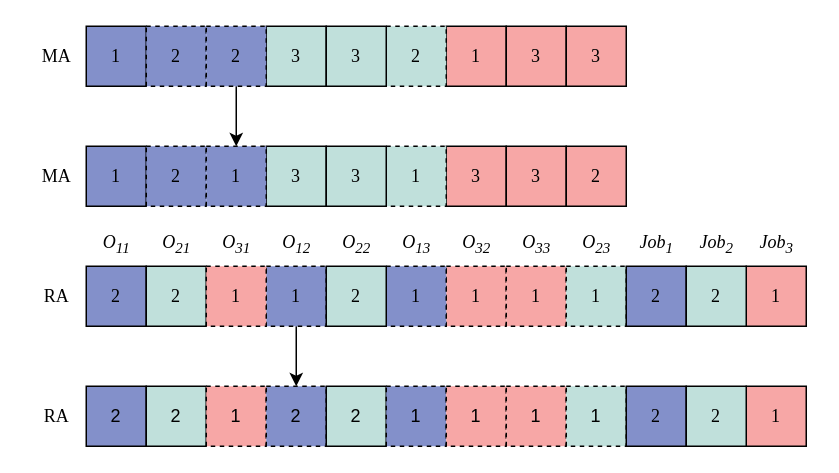
The draw.io diagram mutation.drawio in aslongaslihappy/algorithm, before the edit. Source tidied: cells renumbered, new cells numbered last; positions are measured from the earlier drawing's top-left corner, leaving out a move shared by most shapes. Both pictures are drawn from the tidied source at 150%, with x=0, y=0 at pixel (26, 26).
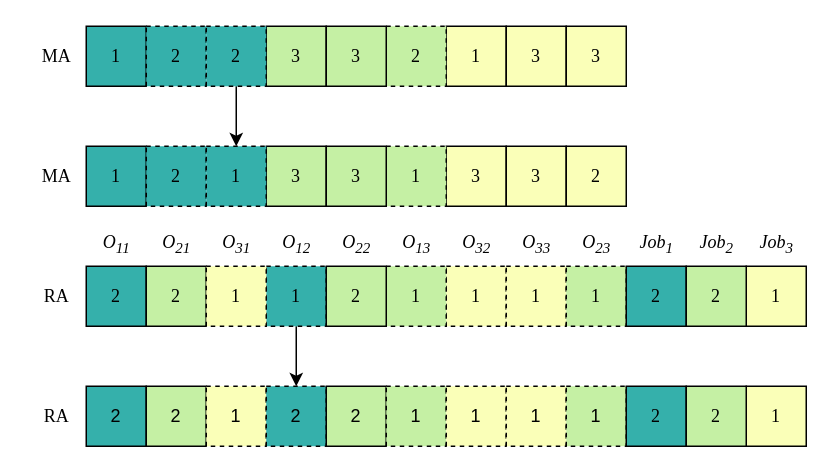
The same diagram, later.

Diff of the diagram source:
```diff
@@
-    <mxCell id="18" value="1" style="whiteSpace=wrap;html=1;fillColor=#8390CA;strokeColor=light-dark(#000000,#446E2C);strokeWidth=1;fontFamily=Times New Roman;" parent="1" vertex="1">
+    <mxCell id="18" value="1" style="whiteSpace=wrap;html=1;fillColor=#35B0AB;strokeColor=default;strokeWidth=1;fontFamily=Times New Roman;" parent="1" vertex="1">
       <mxGeometry x="40" width="40" height="40" as="geometry" />
     </mxCell>
-    <mxCell id="19" value="2" style="whiteSpace=wrap;html=1;fillColor=#8390CA;strokeColor=light-dark(#000000,#446E2C);strokeWidth=1;fontFamily=Times New Roman;shadow=0;fillStyle=auto;gradientColor=none;rounded=0;dashed=1;" parent="1" vertex="1">
+    <mxCell id="19" value="2" style="whiteSpace=wrap;html=1;fillColor=#35B0AB;strokeColor=default;strokeWidth=1;fontFamily=Times New Roman;shadow=0;fillStyle=auto;gradientColor=none;rounded=0;dashed=1;" parent="1" vertex="1">
       <mxGeometry x="80" width="40" height="40" as="geometry" />
     </mxCell>
-    <mxCell id="20" value="3" style="whiteSpace=wrap;html=1;fillColor=#C0E0DB;strokeColor=light-dark(#000000,#446E2C);strokeWidth=1;fontFamily=Times New Roman;" parent="1" vertex="1">
+    <mxCell id="20" value="3" style="whiteSpace=wrap;html=1;fillColor=#C5F0A4;strokeColor=light-dark(#000000,#446E2C);strokeWidth=1;fontFamily=Times New Roman;" parent="1" vertex="1">
       <mxGeometry x="160" width="40" height="40" as="geometry" />
     </mxCell>
-    <mxCell id="21" style="edgeStyle=orthogonalEdgeStyle;rounded=0;jettySize=auto;html=1;exitX=0.5;exitY=1;exitDx=0;exitDy=0;entryX=0.5;entryY=0;entryDx=0;entryDy=0;" parent="1" edge="1" source="22" target="50">
+    <mxCell id="21" style="edgeStyle=orthogonalEdgeStyle;rounded=0;jettySize=auto;html=1;exitX=0.5;exitY=1;exitDx=0;exitDy=0;entryX=0.5;entryY=0;entryDx=0;entryDy=0;strokeColor=default;" parent="1" edge="1" source="22" target="50">
       <mxGeometry relative="1" as="geometry" />
     </mxCell>
-    <mxCell id="22" value="2" style="whiteSpace=wrap;html=1;fillColor=#8390CA;strokeColor=light-dark(#000000,#446E2C);strokeWidth=1;fontFamily=Times New Roman;shadow=0;fillStyle=auto;dashed=1;gradientColor=none;" parent="1" vertex="1">
+    <mxCell id="22" value="2" style="whiteSpace=wrap;html=1;fillColor=#35B0AB;strokeColor=default;strokeWidth=1;fontFamily=Times New Roman;shadow=0;fillStyle=auto;dashed=1;gradientColor=none;" parent="1" vertex="1">
       <mxGeometry x="120" width="40" height="40" as="geometry" />
     </mxCell>
-    <mxCell id="23" value="1" style="whiteSpace=wrap;html=1;fillColor=#F7A7A6;strokeColor=light-dark(#000000,#446E2C);strokeWidth=1;fontFamily=Times New Roman;" parent="1" vertex="1">
+    <mxCell id="23" value="1" style="whiteSpace=wrap;html=1;fillColor=#FAFFB8;strokeColor=light-dark(#000000,#446E2C);strokeWidth=1;fontFamily=Times New Roman;" parent="1" vertex="1">
       <mxGeometry x="280" width="40" height="40" as="geometry" />
     </mxCell>
-    <mxCell id="24" value="2" style="whiteSpace=wrap;html=1;fillColor=#C0E0DB;strokeColor=light-dark(#000000,#446E2C);strokeWidth=1;fontFamily=Times New Roman;dashed=1;" parent="1" vertex="1">
+    <mxCell id="24" value="2" style="whiteSpace=wrap;html=1;fillColor=#C5F0A4;strokeColor=light-dark(#000000,#446E2C);strokeWidth=1;fontFamily=Times New Roman;dashed=1;" parent="1" vertex="1">
       <mxGeometry x="240" width="40" height="40" as="geometry" />
     </mxCell>
-    <mxCell id="25" value="3" style="whiteSpace=wrap;html=1;fillColor=#C0E0DB;strokeColor=light-dark(#000000,#446E2C);strokeWidth=1;fontFamily=Times New Roman;" parent="1" vertex="1">
+    <mxCell id="25" value="3" style="whiteSpace=wrap;html=1;fillColor=#C5F0A4;strokeColor=light-dark(#000000,#446E2C);strokeWidth=1;fontFamily=Times New Roman;" parent="1" vertex="1">
       <mxGeometry x="200" width="40" height="40" as="geometry" />
     </mxCell>
-    <mxCell id="26" value="3" style="whiteSpace=wrap;html=1;fillColor=#F7A7A6;strokeColor=light-dark(#000000,#446E2C);strokeWidth=1;fontFamily=Times New Roman;" parent="1" vertex="1">
+    <mxCell id="26" value="3" style="whiteSpace=wrap;html=1;fillColor=#FAFFB8;strokeColor=light-dark(#000000,#446E2C);strokeWidth=1;fontFamily=Times New Roman;" parent="1" vertex="1">
       <mxGeometry x="320" width="40" height="40" as="geometry" />
     </mxCell>
-    <mxCell id="27" value="3" style="whiteSpace=wrap;html=1;fillColor=#F7A7A6;strokeColor=light-dark(#000000,#446E2C);strokeWidth=1;fontFamily=Times New Roman;fillStyle=auto;shadow=0;glass=0;rounded=0;imageAspect=1;absoluteArcSize=0;noLabel=0;fixDash=0;enumerate=0;" parent="1" vertex="1">
+    <mxCell id="27" value="3" style="whiteSpace=wrap;html=1;fillColor=#FAFFB8;strokeColor=light-dark(#000000,#446E2C);strokeWidth=1;fontFamily=Times New Roman;fillStyle=auto;shadow=0;glass=0;rounded=0;imageAspect=1;absoluteArcSize=0;noLabel=0;fixDash=0;enumerate=0;" parent="1" vertex="1">
       <mxGeometry x="360" width="40" height="40" as="geometry" />
     </mxCell>
-    <mxCell id="28" value="2" style="whiteSpace=wrap;html=1;fillColor=#8390CA;strokeColor=light-dark(#000000,#446E2C);strokeWidth=1;fontFamily=Times New Roman;shadow=0;glass=0;rounded=0;gradientColor=none;gradientDirection=radial;" parent="1" vertex="1">
+    <mxCell id="28" value="2" style="whiteSpace=wrap;html=1;fillColor=#35B0AB;strokeColor=light-dark(#000000,#446E2C);strokeWidth=1;fontFamily=Times New Roman;shadow=0;glass=0;rounded=0;gradientColor=none;gradientDirection=radial;" parent="1" vertex="1">
       <mxGeometry x="40" y="160" width="40" height="40" as="geometry" />
     </mxCell>
-    <mxCell id="29" value="2" style="whiteSpace=wrap;html=1;fillColor=#C0E0DB;strokeColor=light-dark(#000000,#446E2C);strokeWidth=1;fontFamily=Times New Roman;" parent="1" vertex="1">
+    <mxCell id="29" value="2" style="whiteSpace=wrap;html=1;fillColor=#C5F0A4;strokeColor=light-dark(#000000,#446E2C);strokeWidth=1;fontFamily=Times New Roman;" parent="1" vertex="1">
       <mxGeometry x="80" y="160" width="40" height="40" as="geometry" />
     </mxCell>
@@
-    <mxCell id="31" value="1" style="whiteSpace=wrap;html=1;fillColor=#8390CA;strokeColor=light-dark(#000000,#446E2C);strokeWidth=1;fontFamily=Times New Roman;dashed=1;" parent="1" vertex="1">
+    <mxCell id="31" value="1" style="whiteSpace=wrap;html=1;fillColor=#35B0AB;strokeColor=light-dark(#000000,#446E2C);strokeWidth=1;fontFamily=Times New Roman;dashed=1;" parent="1" vertex="1">
       <mxGeometry x="160" y="160" width="40" height="40" as="geometry" />
     </mxCell>
-    <mxCell id="32" value="1" style="whiteSpace=wrap;html=1;fillColor=#F7A7A6;strokeColor=light-dark(#000000,#446E2C);strokeWidth=1;fontFamily=Times New Roman;dashed=1;" parent="1" vertex="1">
+    <mxCell id="32" value="1" style="whiteSpace=wrap;html=1;fillColor=#FAFFB8;strokeColor=light-dark(#000000,#446E2C);strokeWidth=1;fontFamily=Times New Roman;dashed=1;" parent="1" vertex="1">
       <mxGeometry x="120" y="160" width="40" height="40" as="geometry" />
     </mxCell>
-    <mxCell id="33" value="1" style="whiteSpace=wrap;html=1;fillColor=#F7A7A6;strokeColor=light-dark(#000000,#446E2C);strokeWidth=1;fontFamily=Times New Roman;dashed=1;" parent="1" vertex="1">
+    <mxCell id="33" value="1" style="whiteSpace=wrap;html=1;fillColor=#FAFFB8;strokeColor=light-dark(#000000,#446E2C);strokeWidth=1;fontFamily=Times New Roman;dashed=1;" parent="1" vertex="1">
       <mxGeometry x="280" y="160" width="40" height="40" as="geometry" />
     </mxCell>
-    <mxCell id="34" value="1" style="whiteSpace=wrap;html=1;fillColor=#8390CA;strokeColor=light-dark(#000000,#446E2C);strokeWidth=1;fontFamily=Times New Roman;dashed=1;" parent="1" vertex="1">
+    <mxCell id="34" value="1" style="whiteSpace=wrap;html=1;fillColor=#C5F0A4;strokeColor=light-dark(#000000,#446E2C);strokeWidth=1;fontFamily=Times New Roman;dashed=1;" parent="1" vertex="1">
       <mxGeometry x="240" y="160" width="40" height="40" as="geometry" />
     </mxCell>
-    <mxCell id="35" value="2" style="whiteSpace=wrap;html=1;fillColor=#C0E0DB;strokeColor=light-dark(#000000,#446E2C);strokeWidth=1;fontFamily=Times New Roman;" parent="1" vertex="1">
+    <mxCell id="35" value="2" style="whiteSpace=wrap;html=1;fillColor=#C5F0A4;strokeColor=light-dark(#000000,#446E2C);strokeWidth=1;fontFamily=Times New Roman;" parent="1" vertex="1">
       <mxGeometry x="200" y="160" width="40" height="40" as="geometry" />
     </mxCell>
-    <mxCell id="36" value="1" style="whiteSpace=wrap;html=1;fillColor=#F7A7A6;strokeColor=light-dark(#000000,#446E2C);strokeWidth=1;fontFamily=Times New Roman;dashed=1;" parent="1" vertex="1">
+    <mxCell id="36" value="1" style="whiteSpace=wrap;html=1;fillColor=#FAFFB8;strokeColor=light-dark(#000000,#446E2C);strokeWidth=1;fontFamily=Times New Roman;dashed=1;" parent="1" vertex="1">
       <mxGeometry x="320" y="160" width="40" height="40" as="geometry" />
     </mxCell>
-    <mxCell id="37" value="1" style="whiteSpace=wrap;html=1;fillColor=#C0E0DB;strokeColor=light-dark(#000000,#446E2C);strokeWidth=1;fontFamily=Times New Roman;dashed=1;" parent="1" vertex="1">
+    <mxCell id="37" value="1" style="whiteSpace=wrap;html=1;fillColor=#C5F0A4;strokeColor=light-dark(#000000,#446E2C);strokeWidth=1;fontFamily=Times New Roman;dashed=1;" parent="1" vertex="1">
       <mxGeometry x="360" y="160" width="40" height="40" as="geometry" />
     </mxCell>
-    <mxCell id="38" value="2" style="whiteSpace=wrap;html=1;fillColor=#8390CA;" parent="1" vertex="1">
+    <mxCell id="38" value="2" style="whiteSpace=wrap;html=1;fillColor=#35B0AB;" parent="1" vertex="1">
       <mxGeometry x="40" y="240" width="40" height="40" as="geometry" />
     </mxCell>
-    <mxCell id="39" value="2" style="whiteSpace=wrap;html=1;fillColor=#C0E0DB;" parent="1" vertex="1">
+    <mxCell id="39" value="2" style="whiteSpace=wrap;html=1;fillColor=#C5F0A4;" parent="1" vertex="1">
       <mxGeometry x="80" y="240" width="40" height="40" as="geometry" />
     </mxCell>
-    <mxCell id="40" value="1" style="whiteSpace=wrap;html=1;fillColor=#F7A7A6;dashed=1;" parent="1" vertex="1">
+    <mxCell id="40" value="1" style="whiteSpace=wrap;html=1;fillColor=#FAFFB8;dashed=1;" parent="1" vertex="1">
       <mxGeometry x="120" y="240" width="40" height="40" as="geometry" />
     </mxCell>
-    <mxCell id="41" value="2" style="whiteSpace=wrap;html=1;fillColor=#8390CA;dashed=1;" parent="1" vertex="1">
+    <mxCell id="41" value="2" style="whiteSpace=wrap;html=1;fillColor=#35B0AB;dashed=1;" parent="1" vertex="1">
       <mxGeometry x="160" y="240" width="40" height="40" as="geometry" />
     </mxCell>
-    <mxCell id="42" value="2" style="whiteSpace=wrap;html=1;fillColor=#C0E0DB;" parent="1" vertex="1">
+    <mxCell id="42" value="2" style="whiteSpace=wrap;html=1;fillColor=#C5F0A4;" parent="1" vertex="1">
       <mxGeometry x="200" y="240" width="40" height="40" as="geometry" />
     </mxCell>
-    <mxCell id="43" value="1" style="whiteSpace=wrap;html=1;fillColor=#8390CA;dashed=1;" parent="1" vertex="1">
+    <mxCell id="43" value="1" style="whiteSpace=wrap;html=1;fillColor=#C5F0A4;dashed=1;" parent="1" vertex="1">
       <mxGeometry x="240" y="240" width="40" height="40" as="geometry" />
     </mxCell>
-    <mxCell id="44" value="1" style="whiteSpace=wrap;html=1;fillColor=#F7A7A6;dashed=1;" parent="1" vertex="1">
+    <mxCell id="44" value="1" style="whiteSpace=wrap;html=1;fillColor=#FAFFB8;dashed=1;" parent="1" vertex="1">
       <mxGeometry x="280" y="240" width="40" height="40" as="geometry" />
     </mxCell>
-    <mxCell id="45" value="1" style="whiteSpace=wrap;html=1;fillColor=#F7A7A6;dashed=1;" parent="1" vertex="1">
+    <mxCell id="45" value="1" style="whiteSpace=wrap;html=1;fillColor=#FAFFB8;dashed=1;" parent="1" vertex="1">
       <mxGeometry x="320" y="240" width="40" height="40" as="geometry" />
     </mxCell>
-    <mxCell id="46" value="1" style="whiteSpace=wrap;html=1;fillColor=#C0E0DB;dashed=1;" parent="1" vertex="1">
+    <mxCell id="46" value="1" style="whiteSpace=wrap;html=1;fillColor=#C5F0A4;dashed=1;" parent="1" vertex="1">
       <mxGeometry x="360" y="240" width="40" height="40" as="geometry" />
     </mxCell>
-    <mxCell id="47" value="1" style="whiteSpace=wrap;html=1;fillColor=#8390CA;strokeColor=light-dark(#000000,#446E2C);strokeWidth=1;fontFamily=Times New Roman;" parent="1" vertex="1">
+    <mxCell id="47" value="1" style="whiteSpace=wrap;html=1;fillColor=#35B0AB;strokeColor=default;strokeWidth=1;fontFamily=Times New Roman;" parent="1" vertex="1">
       <mxGeometry x="40" y="80" width="40" height="40" as="geometry" />
     </mxCell>
-    <mxCell id="48" value="2" style="whiteSpace=wrap;html=1;fillColor=#8390CA;strokeColor=light-dark(#000000,#446E2C);strokeWidth=1;fontFamily=Times New Roman;dashed=1;" parent="1" vertex="1">
+    <mxCell id="48" value="2" style="whiteSpace=wrap;html=1;fillColor=#35B0AB;strokeColor=default;strokeWidth=1;fontFamily=Times New Roman;dashed=1;" parent="1" vertex="1">
       <mxGeometry x="80" y="80" width="40" height="40" as="geometry" />
     </mxCell>
-    <mxCell id="49" value="3" style="whiteSpace=wrap;html=1;fillColor=#C0E0DB;strokeColor=light-dark(#000000,#446E2C);strokeWidth=1;fontFamily=Times New Roman;" parent="1" vertex="1">
+    <mxCell id="49" value="3" style="whiteSpace=wrap;html=1;fillColor=#C5F0A4;strokeColor=light-dark(#000000,#446E2C);strokeWidth=1;fontFamily=Times New Roman;" parent="1" vertex="1">
       <mxGeometry x="160" y="80" width="40" height="40" as="geometry" />
     </mxCell>
-    <mxCell id="50" value="1" style="whiteSpace=wrap;html=1;fillColor=#8390CA;strokeColor=light-dark(#000000,#446E2C);strokeWidth=1;fontFamily=Times New Roman;dashed=1;" parent="1" vertex="1">
+    <mxCell id="50" value="1" style="whiteSpace=wrap;html=1;fillColor=#35B0AB;strokeColor=default;strokeWidth=1;fontFamily=Times New Roman;dashed=1;" parent="1" vertex="1">
       <mxGeometry x="120" y="80" width="40" height="40" as="geometry" />
     </mxCell>
-    <mxCell id="51" value="3" style="whiteSpace=wrap;html=1;fillColor=#F7A7A6;strokeColor=light-dark(#000000,#446E2C);strokeWidth=1;fontFamily=Times New Roman;" parent="1" vertex="1">
+    <mxCell id="51" value="3" style="whiteSpace=wrap;html=1;fillColor=#FAFFB8;strokeColor=light-dark(#000000,#446E2C);strokeWidth=1;fontFamily=Times New Roman;" parent="1" vertex="1">
       <mxGeometry x="280" y="80" width="40" height="40" as="geometry" />
     </mxCell>
-    <mxCell id="52" value="1" style="whiteSpace=wrap;html=1;fillColor=#C0E0DB;strokeColor=light-dark(#000000,#446E2C);strokeWidth=1;fontFamily=Times New Roman;dashed=1;" parent="1" vertex="1">
+    <mxCell id="52" value="1" style="whiteSpace=wrap;html=1;fillColor=#C5F0A4;strokeColor=light-dark(#000000,#446E2C);strokeWidth=1;fontFamily=Times New Roman;dashed=1;" parent="1" vertex="1">
       <mxGeometry x="240" y="80" width="40" height="40" as="geometry" />
     </mxCell>
-    <mxCell id="53" value="3" style="whiteSpace=wrap;html=1;fillColor=#C0E0DB;strokeColor=light-dark(#000000,#446E2C);strokeWidth=1;fontFamily=Times New Roman;" parent="1" vertex="1">
+    <mxCell id="53" value="3" style="whiteSpace=wrap;html=1;fillColor=#C5F0A4;strokeColor=light-dark(#000000,#446E2C);strokeWidth=1;fontFamily=Times New Roman;" parent="1" vertex="1">
       <mxGeometry x="200" y="80" width="40" height="40" as="geometry" />
     </mxCell>
-    <mxCell id="54" value="3" style="whiteSpace=wrap;html=1;fillColor=#F7A7A6;strokeColor=light-dark(#000000,#446E2C);strokeWidth=1;fontFamily=Times New Roman;" parent="1" vertex="1">
+    <mxCell id="54" value="3" style="whiteSpace=wrap;html=1;fillColor=#FAFFB8;strokeColor=light-dark(#000000,#446E2C);strokeWidth=1;fontFamily=Times New Roman;" parent="1" vertex="1">
       <mxGeometry x="320" y="80" width="40" height="40" as="geometry" />
     </mxCell>
-    <mxCell id="55" value="2" style="whiteSpace=wrap;html=1;fillColor=#F7A7A6;strokeColor=light-dark(#000000,#446E2C);strokeWidth=1;fontFamily=Times New Roman;" parent="1" vertex="1">
+    <mxCell id="55" value="2" style="whiteSpace=wrap;html=1;fillColor=#FAFFB8;strokeColor=light-dark(#000000,#446E2C);strokeWidth=1;fontFamily=Times New Roman;" parent="1" vertex="1">
       <mxGeometry x="360" y="80" width="40" height="40" as="geometry" />
     </mxCell>
-    <mxCell id="56" value="2" style="whiteSpace=wrap;html=1;fillColor=#8390CA;strokeColor=light-dark(#000000,#446E2C);strokeWidth=1;fontFamily=Times New Roman;" parent="1" vertex="1">
+    <mxCell id="56" value="2" style="whiteSpace=wrap;html=1;fillColor=#35B0AB;strokeColor=light-dark(#000000,#446E2C);strokeWidth=1;fontFamily=Times New Roman;" parent="1" vertex="1">
       <mxGeometry x="400" y="160" width="40" height="40" as="geometry" />
     </mxCell>
-    <mxCell id="57" value="1" style="whiteSpace=wrap;html=1;fillColor=#F7A7A6;strokeColor=default;strokeWidth=1;fontFamily=Times New Roman;rounded=0;fillStyle=auto;shadow=0;" parent="1" vertex="1">
+    <mxCell id="57" value="1" style="whiteSpace=wrap;html=1;fillColor=#FAFFB8;strokeColor=default;strokeWidth=1;fontFamily=Times New Roman;rounded=0;fillStyle=auto;shadow=0;" parent="1" vertex="1">
       <mxGeometry x="480" y="160" width="40" height="40" as="geometry" />
     </mxCell>
-    <mxCell id="58" value="2" style="whiteSpace=wrap;html=1;fillColor=#C0E0DB;strokeColor=light-dark(#000000,#446E2C);strokeWidth=1;fontFamily=Times New Roman;" parent="1" vertex="1">
+    <mxCell id="58" value="2" style="whiteSpace=wrap;html=1;fillColor=#C5F0A4;strokeColor=light-dark(#000000,#446E2C);strokeWidth=1;fontFamily=Times New Roman;" parent="1" vertex="1">
       <mxGeometry x="440" y="160" width="40" height="40" as="geometry" />
     </mxCell>
-    <mxCell id="59" value="2" style="whiteSpace=wrap;html=1;fillColor=#8390CA;strokeColor=light-dark(#000000,#446E2C);strokeWidth=1;fontFamily=Times New Roman;" parent="1" vertex="1">
+    <mxCell id="59" value="2" style="whiteSpace=wrap;html=1;fillColor=#35B0AB;strokeColor=light-dark(#000000,#446E2C);strokeWidth=1;fontFamily=Times New Roman;" parent="1" vertex="1">
       <mxGeometry x="400" y="240" width="40" height="40" as="geometry" />
     </mxCell>
-    <mxCell id="60" value="1" style="whiteSpace=wrap;html=1;fillColor=#F7A7A6;strokeColor=light-dark(#000000,#446E2C);strokeWidth=1;fontFamily=Times New Roman;" parent="1" vertex="1">
+    <mxCell id="60" value="1" style="whiteSpace=wrap;html=1;fillColor=#FAFFB8;strokeColor=light-dark(#000000,#446E2C);strokeWidth=1;fontFamily=Times New Roman;" parent="1" vertex="1">
       <mxGeometry x="480" y="240" width="40" height="40" as="geometry" />
     </mxCell>
-    <mxCell id="61" value="2" style="whiteSpace=wrap;html=1;fillColor=#C0E0DB;strokeColor=light-dark(#000000,#446E2C);strokeWidth=1;fontFamily=Times New Roman;" parent="1" vertex="1">
+    <mxCell id="61" value="2" style="whiteSpace=wrap;html=1;fillColor=#C5F0A4;strokeColor=light-dark(#000000,#446E2C);strokeWidth=1;fontFamily=Times New Roman;" parent="1" vertex="1">
       <mxGeometry x="440" y="240" width="40" height="40" as="geometry" />
     </mxCell>
```
